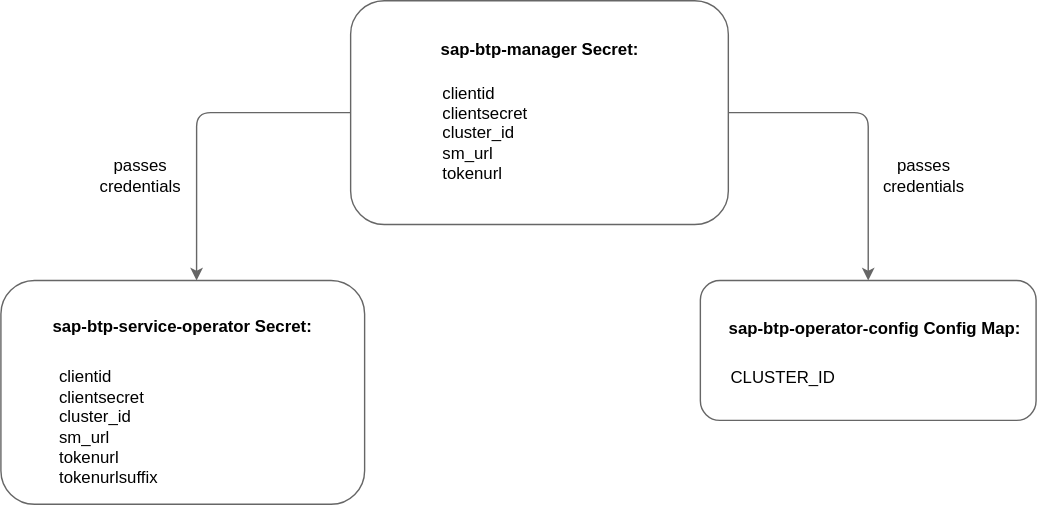
kyma-project/btp-manager keeps this draw.io diagram as docs/assets/module_credentials.drawio.svg. Above is the earlier version. Source tidied: cells renumbered, new cells last; positions are measured from the earlier drawing's top-left corner, leaving out a move shared by most shapes.
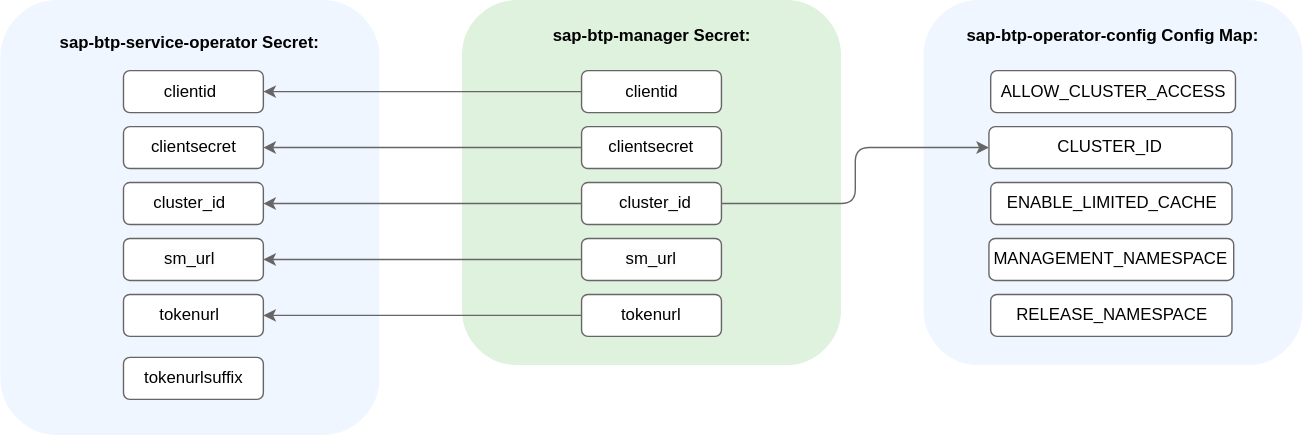
After the change.

The edit, as a diff of the source:
```diff
@@ -2,44 +2,119 @@
   <root>
     <mxCell id="0" />
     <mxCell id="1" parent="0" />
-    <mxCell id="2" style="edgeStyle=orthogonalEdgeStyle;rounded=1;jettySize=auto;html=1;entryX=0.538;entryY=0;entryDx=0;entryDy=0;entryPerimeter=0;exitX=0;exitY=0.5;exitDx=0;exitDy=0;strokeColor=#666666;curved=0;" parent="1" edge="1" source="4" target="5">
-      <mxGeometry relative="1" as="geometry" />
-    </mxCell>
-    <mxCell id="3" style="edgeStyle=orthogonalEdgeStyle;rounded=1;jettySize=auto;html=1;entryX=0.5;entryY=0;entryDx=0;entryDy=0;exitX=1;exitY=0.5;exitDx=0;exitDy=0;strokeColor=#666666;curved=0;" parent="1" edge="1" source="4" target="6">
-      <mxGeometry relative="1" as="geometry" />
-    </mxCell>
+    <mxCell id="15" style="rounded=1;whiteSpace=wrap;html=1;strokeColor=#f0f6ff;fillColor=#f0f6ff;" parent="1" vertex="1">
+      <mxGeometry x="500" width="270" height="260" as="geometry" />
+    </mxCell>
+    <mxCell id="16" style="rounded=1;whiteSpace=wrap;html=1;strokeColor=#f0f6ff;fillColor=#f0f6ff;" parent="1" vertex="1">
+      <mxGeometry x="-160" width="270" height="310" as="geometry" />
+    </mxCell>
+    <mxCell id="17" style="rounded=1;whiteSpace=wrap;html=1;strokeColor=#666666;" parent="1" vertex="1">
+      <mxGeometry x="-72.5" y="210" width="100" height="30" as="geometry" />
+    </mxCell>
+    <mxCell id="18" style="rounded=1;whiteSpace=wrap;html=1;strokeColor=#666666;" parent="1" vertex="1">
+      <mxGeometry x="-72.5" y="170" width="100" height="30" as="geometry" />
+    </mxCell>
+    <mxCell id="19" style="rounded=1;whiteSpace=wrap;html=1;strokeColor=#666666;" parent="1" vertex="1">
+      <mxGeometry x="-72.5" y="130" width="100" height="30" as="geometry" />
+    </mxCell>
+    <mxCell id="20" style="rounded=1;whiteSpace=wrap;html=1;strokeColor=#666666;" parent="1" vertex="1">
+      <mxGeometry x="-72.5" y="90" width="100" height="30" as="geometry" />
+    </mxCell>
+    <mxCell id="21" style="rounded=1;whiteSpace=wrap;html=1;strokeColor=#666666;" parent="1" vertex="1">
+      <mxGeometry x="-72.5" y="50" width="100" height="30" as="geometry" />
+    </mxCell>
-    <mxCell id="4" style="rounded=1;whiteSpace=wrap;html=1;strokeColor=#666666;" parent="1" vertex="1">
-      <mxGeometry x="250" width="270" height="160" as="geometry" />
+    <mxCell id="4" style="rounded=1;whiteSpace=wrap;html=1;strokeColor=#def2dd;fillColor=#def2dd;" parent="1" vertex="1">
+      <mxGeometry x="170" width="270" height="260" as="geometry" />
     </mxCell>
-    <mxCell id="5" style="rounded=1;whiteSpace=wrap;html=1;strokeColor=#666666;" parent="1" vertex="1">
-      <mxGeometry y="200" width="260" height="160" as="geometry" />
-    </mxCell>
-    <mxCell id="6" style="rounded=1;whiteSpace=wrap;html=1;strokeColor=#666666;align=left;arcSize=14;" parent="1" vertex="1">
-      <mxGeometry x="500" y="200" width="240" height="100" as="geometry" />
-    </mxCell>
+    <mxCell id="9" value="&lt;font size=&quot;1&quot; style=&quot;&quot;&gt;&lt;b style=&quot;font-size: 12px;&quot;&gt;sap-btp-manager Secret:&lt;/b&gt;&lt;/font&gt;" style="text;html=1;align=center;verticalAlign=middle;whiteSpace=wrap;rounded=0;" parent="1" vertex="1">
+      <mxGeometry x="222.5" y="10" width="165" height="30" as="geometry" />
+    </mxCell>
+    <mxCell id="22" style="edgeStyle=orthogonalEdgeStyle;rounded=1;jettySize=auto;html=1;entryX=1;entryY=0.5;entryDx=0;entryDy=0;curved=0;strokeColor=#666666;" parent="1" edge="1" source="23" target="21">
+      <mxGeometry relative="1" as="geometry" />
+    </mxCell>
+    <mxCell id="23" style="rounded=1;whiteSpace=wrap;html=1;strokeColor=#666666;" parent="1" vertex="1">
+      <mxGeometry x="255" y="50" width="100" height="30" as="geometry" />
+    </mxCell>
+    <mxCell id="24" style="rounded=1;whiteSpace=wrap;html=1;strokeColor=#666666;" parent="1" vertex="1">
+      <mxGeometry x="255" y="90" width="100" height="30" as="geometry" />
+    </mxCell>
+    <mxCell id="25" style="edgeStyle=orthogonalEdgeStyle;rounded=1;jettySize=auto;html=1;entryX=1;entryY=0.5;entryDx=0;entryDy=0;curved=0;strokeColor=#666666;" parent="1" edge="1" source="26" target="19">
+      <mxGeometry relative="1" as="geometry" />
+    </mxCell>
+    <mxCell id="26" style="rounded=1;whiteSpace=wrap;html=1;strokeColor=#666666;" parent="1" vertex="1">
+      <mxGeometry x="255" y="130" width="100" height="30" as="geometry" />
+    </mxCell>
+    <mxCell id="27" style="rounded=1;whiteSpace=wrap;html=1;strokeColor=#666666;" parent="1" vertex="1">
+      <mxGeometry x="255" y="170" width="100" height="30" as="geometry" />
+    </mxCell>
+    <mxCell id="28" style="edgeStyle=orthogonalEdgeStyle;rounded=1;jettySize=auto;html=1;entryX=1;entryY=0.5;entryDx=0;entryDy=0;curved=0;strokeColor=#666666;" parent="1" edge="1" source="29" target="17">
+      <mxGeometry relative="1" as="geometry" />
+    </mxCell>
+    <mxCell id="29" style="rounded=1;whiteSpace=wrap;html=1;strokeColor=#666666;" parent="1" vertex="1">
+      <mxGeometry x="255" y="210" width="100" height="30" as="geometry" />
+    </mxCell>
+    <mxCell id="30" style="edgeStyle=orthogonalEdgeStyle;rounded=1;jettySize=auto;html=1;entryX=1;entryY=0.5;entryDx=0;entryDy=0;exitX=0;exitY=0.5;exitDx=0;exitDy=0;curved=0;strokeColor=#666666;" parent="1" edge="1" source="24" target="20">
+      <mxGeometry relative="1" as="geometry" />
+    </mxCell>
+    <mxCell id="31" value="&lt;div style=&quot;text-align: left;&quot;&gt;clientsecret&lt;/div&gt;" style="text;html=1;align=center;verticalAlign=middle;whiteSpace=wrap;rounded=0;" parent="1" vertex="1">
+      <mxGeometry x="265" y="95" width="80" height="20" as="geometry" />
+    </mxCell>
+    <mxCell id="32" value="&lt;span style=&quot;text-align: left;&quot;&gt;clientid&lt;/span&gt;" style="text;html=1;align=center;verticalAlign=middle;whiteSpace=wrap;rounded=0;" parent="1" vertex="1">
+      <mxGeometry x="267.5" y="55" width="75" height="20" as="geometry" />
+    </mxCell>
+    <mxCell id="33" style="edgeStyle=orthogonalEdgeStyle;rounded=1;jettySize=auto;html=1;entryX=0;entryY=0.5;entryDx=0;entryDy=0;exitX=1;exitY=0.5;exitDx=0;exitDy=0;curved=0;strokeColor=#666666;" parent="1" edge="1" source="26" target="12">
+      <mxGeometry relative="1" as="geometry" />
+    </mxCell>
+    <mxCell id="34" value="&lt;div style=&quot;text-align: left;&quot;&gt;cluster_id&lt;br&gt;&lt;/div&gt;" style="text;html=1;align=center;verticalAlign=middle;whiteSpace=wrap;rounded=0;" parent="1" vertex="1">
+      <mxGeometry x="267.5" y="135" width="80" height="20" as="geometry" />
+    </mxCell>
+    <mxCell id="35" style="edgeStyle=orthogonalEdgeStyle;rounded=1;jettySize=auto;html=1;entryX=1;entryY=0.5;entryDx=0;entryDy=0;exitX=0;exitY=0.5;exitDx=0;exitDy=0;curved=0;strokeColor=#666666;" parent="1" edge="1" source="27" target="18">
+      <mxGeometry relative="1" as="geometry" />
+    </mxCell>
+    <mxCell id="36" value="&lt;meta charset=&quot;utf-8&quot;&gt;&lt;span style=&quot;color: rgb(0, 0, 0); font-family: Helvetica; font-size: 12px; font-style: normal; font-variant-ligatures: normal; font-variant-caps: normal; font-weight: 400; letter-spacing: normal; orphans: 2; text-align: left; text-indent: 0px; text-transform: none; widows: 2; word-spacing: 0px; -webkit-text-stroke-width: 0px; white-space: normal; background-color: rgb(251, 251, 251); text-decoration-thickness: initial; text-decoration-style: initial; text-decoration-color: initial; display: inline !important; float: none;&quot;&gt;sm_url&lt;/span&gt;" style="text;html=1;align=center;verticalAlign=middle;whiteSpace=wrap;rounded=0;" parent="1" vertex="1">
+      <mxGeometry x="265" y="175" width="80" height="20" as="geometry" />
+    </mxCell>
+    <mxCell id="37" value="&lt;div style=&quot;text-align: left;&quot;&gt;tokenurl&lt;br&gt;&lt;/div&gt;" style="text;html=1;align=center;verticalAlign=middle;whiteSpace=wrap;rounded=0;" parent="1" vertex="1">
+      <mxGeometry x="265" y="215" width="80" height="20" as="geometry" />
+    </mxCell>
+    <mxCell id="38" value="&lt;div style=&quot;text-align: left;&quot;&gt;clientsecret&lt;/div&gt;" style="text;html=1;align=center;verticalAlign=middle;whiteSpace=wrap;rounded=0;" parent="1" vertex="1">
+      <mxGeometry x="-62.5" y="95" width="80" height="20" as="geometry" />
+    </mxCell>
+    <mxCell id="39" value="&lt;span style=&quot;text-align: left;&quot;&gt;clientid&lt;/span&gt;" style="text;html=1;align=center;verticalAlign=middle;whiteSpace=wrap;rounded=0;" parent="1" vertex="1">
+      <mxGeometry x="-62.5" y="55" width="75" height="20" as="geometry" />
+    </mxCell>
+    <mxCell id="40" value="&lt;div style=&quot;text-align: left;&quot;&gt;cluster_id&lt;br&gt;&lt;/div&gt;" style="text;html=1;align=center;verticalAlign=middle;whiteSpace=wrap;rounded=0;" parent="1" vertex="1">
+      <mxGeometry x="-65" y="135" width="80" height="20" as="geometry" />
+    </mxCell>
+    <mxCell id="41" value="&lt;meta charset=&quot;utf-8&quot;&gt;&lt;span style=&quot;color: rgb(0, 0, 0); font-family: Helvetica; font-size: 12px; font-style: normal; font-variant-ligatures: normal; font-variant-caps: normal; font-weight: 400; letter-spacing: normal; orphans: 2; text-align: left; text-indent: 0px; text-transform: none; widows: 2; word-spacing: 0px; -webkit-text-stroke-width: 0px; white-space: normal; background-color: rgb(251, 251, 251); text-decoration-thickness: initial; text-decoration-style: initial; text-decoration-color: initial; display: inline !important; float: none;&quot;&gt;sm_url&lt;/span&gt;" style="text;html=1;align=center;verticalAlign=middle;whiteSpace=wrap;rounded=0;" parent="1" vertex="1">
+      <mxGeometry x="-65" y="175" width="80" height="20" as="geometry" />
+    </mxCell>
+    <mxCell id="42" value="&lt;div style=&quot;text-align: left;&quot;&gt;tokenurl&lt;br&gt;&lt;/div&gt;" style="text;html=1;align=center;verticalAlign=middle;whiteSpace=wrap;rounded=0;" parent="1" vertex="1">
+      <mxGeometry x="-65" y="215" width="80" height="20" as="geometry" />
+    </mxCell>
+    <mxCell id="8" value="&lt;b&gt;sap-btp-service-operator Secret:&lt;/b&gt;" style="text;html=1;align=center;verticalAlign=middle;whiteSpace=wrap;rounded=0;" parent="1" vertex="1">
+      <mxGeometry x="-125" y="17.5" width="200" height="25" as="geometry" />
+    </mxCell>
+    <mxCell id="43" value="&lt;span style=&quot;text-align: left;&quot;&gt;tokenurlsuffix&lt;/span&gt;" style="rounded=1;whiteSpace=wrap;html=1;strokeColor=#666666;" parent="1" vertex="1">
+      <mxGeometry x="-72.5" y="255" width="100" height="30" as="geometry" />
+    </mxCell>
+    <mxCell id="44" value="&lt;span style=&quot;text-align: left;&quot;&gt;ENABLE_LIMITED_CACHE&lt;/span&gt;" style="rounded=1;whiteSpace=wrap;html=1;strokeColor=#666666;" parent="1" vertex="1">
+      <mxGeometry x="547.5" y="130" width="172.5" height="30" as="geometry" />
+    </mxCell>
-    <mxCell id="7" value="&lt;span style=&quot;text-align: left;&quot;&gt;&lt;b&gt;sap-btp-operator-config Config Map:&lt;/b&gt;&lt;/span&gt;" style="text;html=1;align=center;verticalAlign=middle;whiteSpace=wrap;rounded=0;" parent="1" vertex="1">
-      <mxGeometry x="515" y="210" width="220" height="50" as="geometry" />
+    <mxCell id="7" value="&lt;b style=&quot;text-align: left;&quot;&gt;sap-btp-operator-config Config Map:&lt;/b&gt;" style="text;html=1;align=center;verticalAlign=middle;whiteSpace=wrap;rounded=0;" parent="1" vertex="1">
+      <mxGeometry x="525" y="10" width="220" height="30" as="geometry" />
     </mxCell>
-    <mxCell id="8" value="&lt;font style=&quot;font-size: 12px;&quot;&gt;&lt;b&gt;sap-btp-service-operator Secret:&lt;/b&gt;&lt;/font&gt;" style="text;html=1;align=center;verticalAlign=middle;whiteSpace=wrap;rounded=0;" parent="1" vertex="1">
-      <mxGeometry x="35" y="210" width="190" height="45" as="geometry" />
-    </mxCell>
-    <mxCell id="9" value="&lt;font size=&quot;1&quot; style=&quot;&quot;&gt;&lt;b style=&quot;font-size: 12px;&quot;&gt;sap-btp-manager Secret:&lt;/b&gt;&lt;/font&gt;" style="text;html=1;align=center;verticalAlign=middle;whiteSpace=wrap;rounded=0;" parent="1" vertex="1">
-      <mxGeometry x="302.5" y="20" width="165" height="30" as="geometry" />
-    </mxCell>
-    <mxCell id="10" value="clientid&lt;div&gt;clientsecret&lt;/div&gt;&lt;div&gt;cluster_id&lt;/div&gt;&lt;div&gt;sm_url&lt;/div&gt;&lt;div&gt;tokenurl&lt;/div&gt;" style="text;html=1;align=left;verticalAlign=middle;whiteSpace=wrap;rounded=0;" parent="1" vertex="1">
-      <mxGeometry x="314" y="50" width="80" height="90" as="geometry" />
-    </mxCell>
-    <mxCell id="11" value="clientid&lt;div&gt;clientsecret&lt;/div&gt;&lt;div&gt;cluster_id&lt;/div&gt;&lt;div&gt;sm_url&lt;/div&gt;&lt;div&gt;tokenurl&lt;/div&gt;&lt;div&gt;tokenurlsuffix&lt;/div&gt;" style="text;html=1;align=left;verticalAlign=middle;whiteSpace=wrap;rounded=0;" parent="1" vertex="1">
-      <mxGeometry x="40" y="255" width="80" height="100" as="geometry" />
-    </mxCell>
+    <mxCell id="45" value="&lt;span style=&quot;text-align: left;&quot;&gt;MANAGEMENT_NAMESPACE&lt;/span&gt;" style="rounded=1;whiteSpace=wrap;html=1;strokeColor=#666666;" parent="1" vertex="1">
+      <mxGeometry x="546.2" y="170" width="175" height="30" as="geometry" />
+    </mxCell>
+    <mxCell id="46" value="&lt;span style=&quot;text-align: left;&quot;&gt;RELEASE_NAMESPACE&lt;/span&gt;" style="rounded=1;whiteSpace=wrap;html=1;strokeColor=#666666;" parent="1" vertex="1">
+      <mxGeometry x="547.5" y="210" width="172.5" height="30" as="geometry" />
+    </mxCell>
+    <mxCell id="47" value="&lt;span style=&quot;text-align: left;&quot;&gt;ALLOW_CLUSTER_ACCESS&lt;/span&gt;" style="rounded=1;whiteSpace=wrap;html=1;strokeColor=#666666;" parent="1" vertex="1">
+      <mxGeometry x="547.5" y="50" width="175" height="30" as="geometry" />
+    </mxCell>
-    <mxCell id="12" value="&lt;div&gt;CLUSTER_ID&lt;/div&gt;" style="text;html=1;align=left;verticalAlign=middle;whiteSpace=wrap;rounded=0;" parent="1" vertex="1">
-      <mxGeometry x="520" y="255" width="110" height="30" as="geometry" />
+    <mxCell id="12" value="&lt;span style=&quot;text-align: left;&quot;&gt;CLUSTER_ID&lt;/span&gt;" style="rounded=1;whiteSpace=wrap;html=1;strokeColor=#666666;" parent="1" vertex="1">
+      <mxGeometry x="546.2" y="90" width="173.8" height="30" as="geometry" />
     </mxCell>
-    <mxCell id="13" value="passes&lt;div&gt;credentials&lt;/div&gt;" style="text;html=1;align=center;verticalAlign=middle;whiteSpace=wrap;rounded=0;" parent="1" vertex="1">
-      <mxGeometry x="70" y="110" width="60" height="30" as="geometry" />
-    </mxCell>
-    <mxCell id="14" value="passes&lt;div&gt;credentials&lt;/div&gt;" style="text;html=1;align=center;verticalAlign=middle;whiteSpace=wrap;rounded=0;" parent="1" vertex="1">
-      <mxGeometry x="630" y="110" width="60" height="30" as="geometry" />
-    </mxCell>
   </root>
 </mxGraphModel>
```
